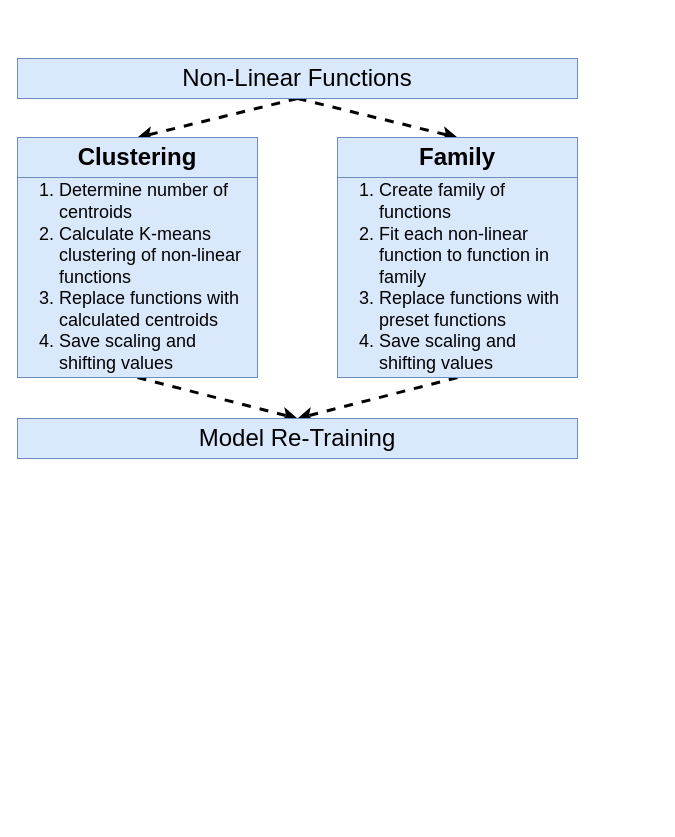
Above: groupingFlowDiagram.drawio in snider-lab-msu/figures (draw.io), before the change. Source tidied: cells renumbered, new cells numbered last; positions are measured from the earlier drawing's top-left corner, leaving out a move shared by most shapes. Both pictures are drawn from the tidied source at 100%, with x=0, y=0 at pixel (17, 58).
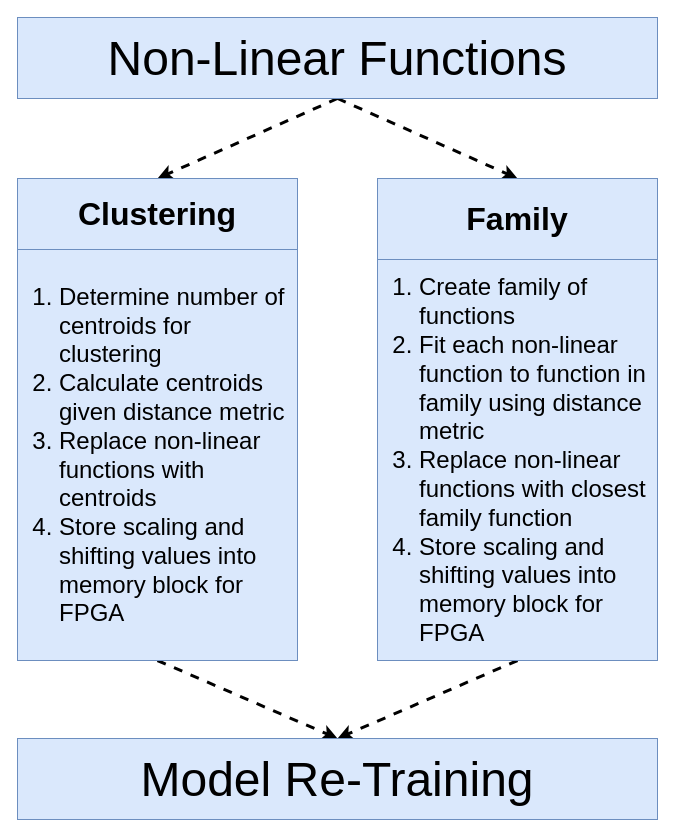
The same diagram, later.

Diff of the diagram source:
```diff
@@
 <mxGraphModel>
   <root>
     <mxCell id="0" />
     <mxCell id="1" parent="0" />
     <mxCell id="2" style="rounded=0;jettySize=auto;html=1;exitX=0.5;exitY=1;exitDx=0;exitDy=0;entryX=0.5;entryY=0;entryDx=0;entryDy=0;defaultLabelBackgroundColor=page;dashed=1;strokeWidth=3;" parent="1" edge="1" source="4" target="5">
       <mxGeometry relative="1" as="geometry" />
     </mxCell>
     <mxCell id="3" style="rounded=0;jettySize=auto;html=1;exitX=0.5;exitY=1;exitDx=0;exitDy=0;entryX=0.5;entryY=0;entryDx=0;entryDy=0;defaultLabelBackgroundColor=page;dashed=1;strokeWidth=3;" parent="1" edge="1" source="4" target="6">
       <mxGeometry relative="1" as="geometry" />
     </mxCell>
-    <mxCell id="4" value="Non-Linear Functions" style="rounded=0;whiteSpace=wrap;html=1;fontSize=24;fillColor=#dae8fc;strokeColor=#6c8ebf;" parent="1" vertex="1">
-      <mxGeometry width="560" height="40" as="geometry" />
+    <mxCell id="4" value="Non-Linear Functions" style="rounded=0;whiteSpace=wrap;html=1;fontSize=48;fillColor=#dae8fc;strokeColor=#6c8ebf;" parent="1" vertex="1">
+      <mxGeometry y="-41" width="640" height="81" as="geometry" />
     </mxCell>
-    <mxCell id="5" value="Clustering" style="rounded=0;whiteSpace=wrap;html=1;fontSize=24;fillColor=#dae8fc;strokeColor=#6c8ebf;fontStyle=1;" parent="1" vertex="1">
-      <mxGeometry y="79" width="240" height="40" as="geometry" />
+    <mxCell id="5" value="Clustering" style="rounded=0;whiteSpace=wrap;html=1;fontSize=32;fillColor=#dae8fc;strokeColor=#6c8ebf;fontStyle=1;" parent="1" vertex="1">
+      <mxGeometry y="120" width="280" height="71" as="geometry" />
     </mxCell>
-    <mxCell id="6" value="Family" style="rounded=0;whiteSpace=wrap;html=1;fontSize=24;fillColor=#dae8fc;strokeColor=#6c8ebf;fontStyle=1;" parent="1" vertex="1">
-      <mxGeometry x="320" y="79" width="240" height="40" as="geometry" />
+    <mxCell id="6" value="Family" style="rounded=0;whiteSpace=wrap;html=1;fontSize=32;fillColor=#dae8fc;strokeColor=#6c8ebf;fontStyle=1;" parent="1" vertex="1">
+      <mxGeometry x="360" y="120" width="280" height="81" as="geometry" />
     </mxCell>
-    <mxCell id="7" style="rounded=0;whiteSpace=wrap;html=1;fillColor=#dae8fc;strokeColor=#6c8ebf;" parent="1" vertex="1">
-      <mxGeometry y="119" width="240" height="200" as="geometry" />
-    </mxCell>
-    <mxCell id="8" style="rounded=0;whiteSpace=wrap;html=1;fillColor=#dae8fc;strokeColor=#6c8ebf;" parent="1" vertex="1">
-      <mxGeometry x="320" y="119" width="240" height="200" as="geometry" />
-    </mxCell>
     <mxCell id="9" style="rounded=0;jettySize=auto;html=1;exitX=0.5;exitY=1;exitDx=0;exitDy=0;entryX=0.5;entryY=0;entryDx=0;entryDy=0;defaultLabelBackgroundColor=page;dashed=1;strokeWidth=3;" parent="1" edge="1" source="10" target="13">
       <mxGeometry relative="1" as="geometry" />
     </mxCell>
-    <mxCell id="10" value="&lt;ol&gt;&lt;li&gt;Determine number of centroids&lt;/li&gt;&lt;li&gt;Calculate K-means clustering of non-linear functions&lt;/li&gt;&lt;li&gt;Replace functions with calculated centroids&lt;/li&gt;&lt;li&gt;Save scaling and shifting values&lt;/li&gt;&lt;/ol&gt;" style="text;html=1;whiteSpace=wrap;strokeColor=#6c8ebf;fillColor=#dae8fc;align=left;verticalAlign=middle;rounded=0;fontSize=18;" parent="1" vertex="1">
-      <mxGeometry y="119" width="240" height="200" as="geometry" />
+    <mxCell id="10" value="&lt;ol&gt;&lt;li&gt;Determine number of centroids for clustering&lt;/li&gt;&lt;li&gt;Calculate centroids given distance metric&lt;/li&gt;&lt;li&gt;Replace non-linear functions with centroids&lt;/li&gt;&lt;li&gt;Store scaling and shifting values into memory block for FPGA&lt;/li&gt;&lt;/ol&gt;" style="text;html=1;whiteSpace=wrap;strokeColor=#6c8ebf;fillColor=#dae8fc;align=left;verticalAlign=middle;rounded=0;fontSize=24;" parent="1" vertex="1">
+      <mxGeometry y="191" width="280" height="411" as="geometry" />
     </mxCell>
     <mxCell id="11" style="rounded=0;jettySize=auto;html=1;exitX=0.5;exitY=1;exitDx=0;exitDy=0;entryX=0.5;entryY=0;entryDx=0;entryDy=0;defaultLabelBackgroundColor=page;dashed=1;strokeWidth=3;" parent="1" edge="1" source="12" target="13">
       <mxGeometry relative="1" as="geometry" />
     </mxCell>
-    <mxCell id="12" value="&lt;ol&gt;&lt;li&gt;Create family of functions&lt;/li&gt;&lt;li&gt;Fit each non-linear function to function in family&lt;/li&gt;&lt;li&gt;Replace functions with preset functions&lt;/li&gt;&lt;li&gt;Save scaling and shifting values&lt;/li&gt;&lt;/ol&gt;" style="text;html=1;whiteSpace=wrap;strokeColor=#6c8ebf;fillColor=#dae8fc;align=left;verticalAlign=middle;rounded=0;fontSize=18;" parent="1" vertex="1">
-      <mxGeometry x="320" y="119" width="240" height="200" as="geometry" />
+    <mxCell id="12" value="&lt;ol&gt;&lt;li&gt;Create family of functions&lt;/li&gt;&lt;li&gt;Fit each non-linear function to function in family using distance metric&lt;/li&gt;&lt;li&gt;Replace non-linear functions with closest family function&lt;/li&gt;&lt;li&gt;Store scaling and shifting values into memory block for FPGA&lt;/li&gt;&lt;/ol&gt;" style="text;html=1;whiteSpace=wrap;strokeColor=#6c8ebf;fillColor=#dae8fc;align=left;verticalAlign=middle;rounded=0;fontSize=24;" parent="1" vertex="1">
+      <mxGeometry x="360" y="201" width="280" height="401" as="geometry" />
     </mxCell>
-    <mxCell id="13" value="Model Re-Training" style="rounded=0;whiteSpace=wrap;html=1;fontSize=24;fillColor=#dae8fc;strokeColor=#6c8ebf;" parent="1" vertex="1">
-      <mxGeometry y="360" width="560" height="40" as="geometry" />
+    <mxCell id="13" value="Model Re-Training" style="rounded=0;whiteSpace=wrap;html=1;fontSize=48;fillColor=#dae8fc;strokeColor=#6c8ebf;" parent="1" vertex="1">
+      <mxGeometry y="680" width="640" height="81" as="geometry" />
     </mxCell>
   </root>
 </mxGraphModel>
```
